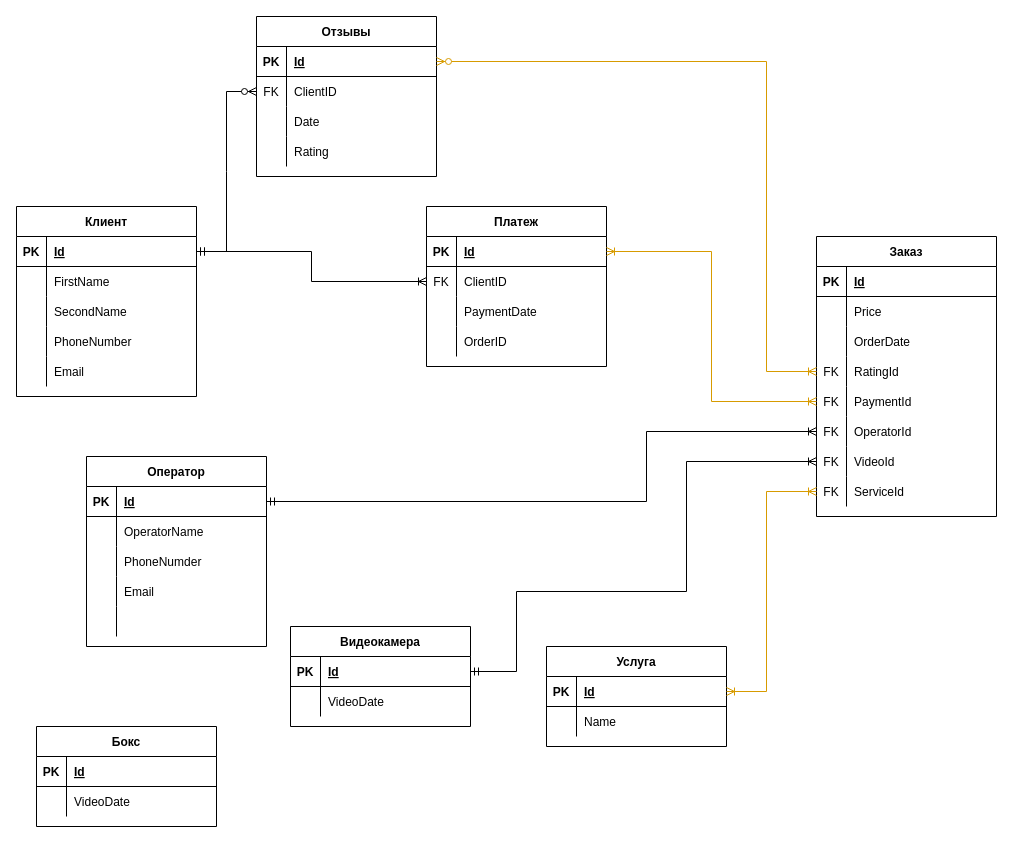
Before: page "ERD" (3 of 4) of Diagram_1.drawio in vitaliyepikhin/Automated-Car-Wash, a draw.io diagram. Source tidied: cells renumbered, new cells numbered last; positions are measured from the earlier drawing's top-left corner, leaving out a move shared by most shapes. Both pictures are drawn from the tidied source at 100%, with x=0, y=0 at pixel (16, 16).
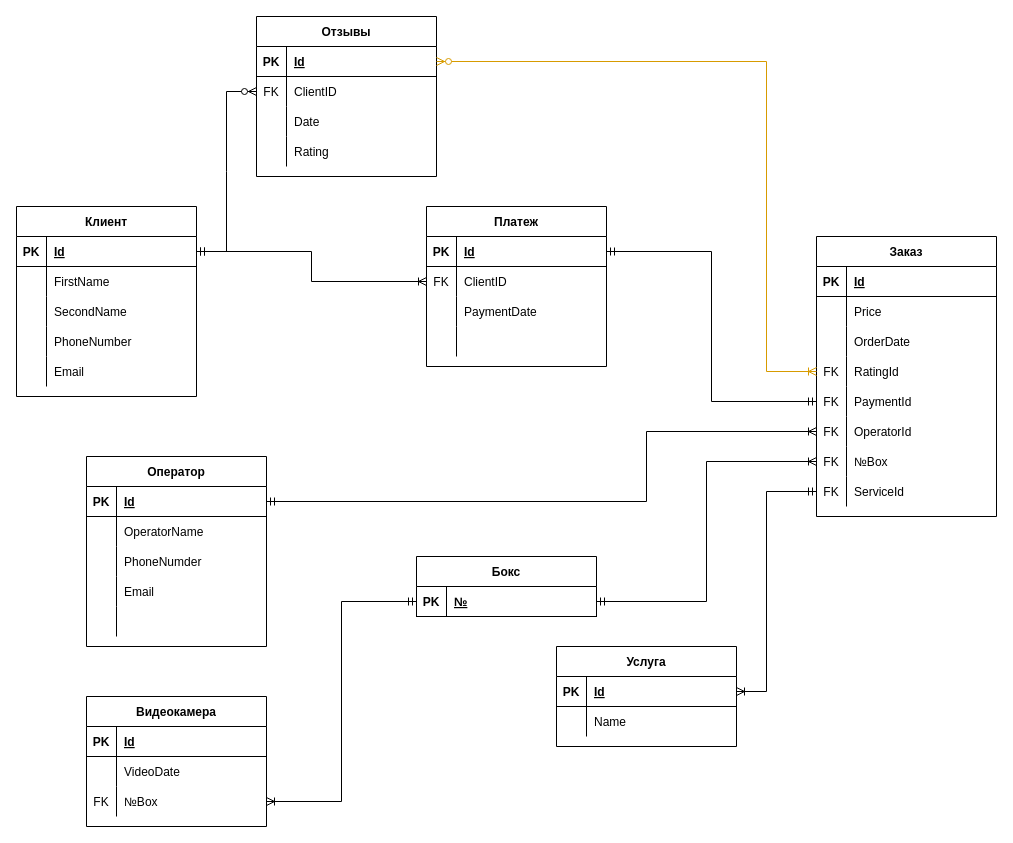
After the change.

Unchanged cells that the change refers to:
```xml
<mxCell id="19" style="shape=partialRectangle;fillColor=none;top=0;left=0;bottom=1;right=0;points=[[0,0.5],[1,0.5]];portConstraint=eastwest;" parent="18" vertex="1">
  <mxGeometry y="30" width="180" height="30" as="geometry" />
</mxCell>
<mxCell id="28" style="shape=partialRectangle;fillColor=none;top=0;left=0;bottom=0;right=0;" parent="18" vertex="1">
  <mxGeometry y="120" width="180" height="30" as="geometry" />
</mxCell>
<mxCell id="60" style="shape=partialRectangle;fillColor=none;top=0;left=0;bottom=0;right=0;points=[[0,0.5],[1,0.5]];portConstraint=eastwest;" parent="47" vertex="1">
  <mxGeometry y="150" width="180" height="30" as="geometry" />
</mxCell>
<mxCell id="66" style="shape=partialRectangle;fillColor=none;top=0;left=0;bottom=0;right=0;points=[[0,0.5],[1,0.5]];portConstraint=eastwest;" parent="47" vertex="1">
  <mxGeometry y="210" width="180" height="30" as="geometry" />
</mxCell>
<mxCell id="69" style="shape=partialRectangle;fillColor=none;top=0;left=0;bottom=0;right=0;points=[[0,0.5],[1,0.5]];portConstraint=eastwest;" parent="47" vertex="1">
  <mxGeometry y="240" width="180" height="30" as="geometry" />
</mxCell>
<mxCell id="73" style="shape=partialRectangle;fillColor=none;top=0;left=0;bottom=1;right=0;points=[[0,0.5],[1,0.5]];portConstraint=eastwest;" parent="72" vertex="1">
  <mxGeometry y="30" width="180" height="30" as="geometry" />
</mxCell>
<mxCell id="80" style="shape=partialRectangle;fillColor=none;top=0;left=0;bottom=1;right=0;points=[[0,0.5],[1,0.5]];portConstraint=eastwest;" parent="79" vertex="1">
  <mxGeometry y="30" width="180" height="30" as="geometry" />
</mxCell>
<mxCell id="107" style="shape=partialRectangle;fillColor=none;top=0;left=0;bottom=1;right=0;points=[[0,0.5],[1,0.5]];portConstraint=eastwest;" parent="106" vertex="1">
  <mxGeometry y="30" width="180" height="30" as="geometry" />
</mxCell>
```

Diff of the diagram source:
```diff
@@
-    <mxCell id="30" value="OrderID" style="shape=partialRectangle;fillColor=none;top=0;left=0;bottom=0;right=0;align=left;spacingLeft=6;overflow=hidden;" parent="28" vertex="1">
+    <mxCell id="30" style="shape=partialRectangle;fillColor=none;top=0;left=0;bottom=0;right=0;align=left;spacingLeft=6;overflow=hidden;" parent="28" vertex="1">
       <mxGeometry x="30" width="150" height="30" as="geometry" />
     </mxCell>
@@
-    <mxCell id="68" value="VideoId" style="shape=partialRectangle;fillColor=none;top=0;left=0;bottom=0;right=0;align=left;spacingLeft=6;overflow=hidden;" parent="66" vertex="1">
+    <mxCell id="68" value="№Box" style="shape=partialRectangle;fillColor=none;top=0;left=0;bottom=0;right=0;align=left;spacingLeft=6;overflow=hidden;" parent="66" vertex="1">
       <mxGeometry x="30" width="150" height="30" as="geometry" />
     </mxCell>
@@
     <mxCell id="72" value="Услуга" style="shape=table;startSize=30;childLayout=tableLayout;rowLines=0;fontStyle=1;align=center;" parent="1" vertex="1">
-      <mxGeometry x="530" y="630" width="180" height="100" as="geometry" />
+      <mxGeometry x="540" y="630" width="180" height="100" as="geometry" />
     </mxCell>
@@
     <mxCell id="79" value="Видеокамера" style="shape=table;startSize=30;childLayout=tableLayout;rowLines=0;fontStyle=1;align=center;" parent="1" vertex="1">
-      <mxGeometry x="274" y="610" width="180" height="100" as="geometry" />
+      <mxGeometry x="70" y="680" width="180" height="130" as="geometry" />
     </mxCell>
@@
+    <mxCell id="113" style="shape=partialRectangle;fillColor=none;top=0;left=0;bottom=0;right=0;points=[[0,0.5],[1,0.5]];portConstraint=eastwest;" parent="79" vertex="1">
+      <mxGeometry y="90" width="180" height="30" as="geometry" />
+    </mxCell>
+    <mxCell id="114" value="FK" style="shape=partialRectangle;fillColor=none;top=0;left=0;bottom=0;right=0;overflow=hidden;" parent="113" vertex="1">
+      <mxGeometry width="30" height="30" as="geometry" />
+    </mxCell>
+    <mxCell id="115" value="№Box" style="shape=partialRectangle;fillColor=none;top=0;left=0;bottom=0;right=0;align=left;spacingLeft=6;overflow=hidden;" parent="113" vertex="1">
+      <mxGeometry x="30" width="150" height="30" as="geometry" />
+    </mxCell>
@@
-    <mxCell id="88" style="edgeStyle=orthogonalEdgeStyle;fontSize=12;html=1;endArrow=ERoneToMany;startArrow=ERmandOne;rounded=0;entryX=0;entryY=0.5;entryDx=0;entryDy=0;exitX=1;exitY=0.5;exitDx=0;exitDy=0;" parent="1" edge="1" source="80" target="66">
-      <mxGeometry relative="1" as="geometry">
-        <Array as="points">
-          <mxPoint x="500" y="655" />
-          <mxPoint x="500" y="575" />
-          <mxPoint x="670" y="575" />
-          <mxPoint x="670" y="445" />
-        </Array>
-      </mxGeometry>
-    </mxCell>
-    <mxCell id="89" style="edgeStyle=orthogonalEdgeStyle;fontSize=12;html=1;endArrow=ERoneToMany;startArrow=ERoneToMany;rounded=0;entryX=0;entryY=0.5;entryDx=0;entryDy=0;exitX=1;exitY=0.5;exitDx=0;exitDy=0;fillColor=#ffe6cc;strokeColor=#d79b00;" parent="1" edge="1" source="19" target="60">
+    <mxCell id="89" style="edgeStyle=orthogonalEdgeStyle;fontSize=12;html=1;endArrow=ERmandOne;startArrow=ERmandOne;rounded=0;entryX=0;entryY=0.5;entryDx=0;entryDy=0;exitX=1;exitY=0.5;exitDx=0;exitDy=0;fillColor=#ffe6cc;strokeColor=#000000;startFill=0;endFill=0;" parent="1" edge="1" source="19" target="60">
       <mxGeometry relative="1" as="geometry" />
     </mxCell>
-    <mxCell id="90" style="edgeStyle=orthogonalEdgeStyle;fontSize=12;html=1;endArrow=ERoneToMany;startArrow=ERoneToMany;rounded=0;exitX=1;exitY=0.5;exitDx=0;exitDy=0;entryX=0;entryY=0.5;entryDx=0;entryDy=0;fillColor=#ffe6cc;strokeColor=#d79b00;" parent="1" edge="1" source="73" target="69">
+    <mxCell id="90" style="edgeStyle=orthogonalEdgeStyle;fontSize=12;html=1;endArrow=ERmandOne;startArrow=ERoneToMany;rounded=0;exitX=1;exitY=0.5;exitDx=0;exitDy=0;entryX=0;entryY=0.5;entryDx=0;entryDy=0;fillColor=#ffe6cc;strokeColor=#000000;endFill=0;" parent="1" edge="1" source="73" target="69">
       <mxGeometry relative="1" as="geometry">
         <Array as="points">
           <mxPoint x="750" y="675" />
           <mxPoint x="750" y="475" />
         </Array>
       </mxGeometry>
     </mxCell>
@@
     <mxCell id="106" value="Бокс" style="shape=table;startSize=30;childLayout=tableLayout;rowLines=0;fontStyle=1;align=center;" parent="1" vertex="1">
-      <mxGeometry x="20" y="710" width="180" height="100" as="geometry" />
+      <mxGeometry x="400" y="540" width="180" height="60" as="geometry" />
     </mxCell>
@@
-    <mxCell id="109" value="Id" style="shape=partialRectangle;fillColor=none;top=0;left=0;bottom=0;right=0;align=left;spacingLeft=6;fontStyle=5;overflow=hidden;" parent="107" vertex="1">
+    <mxCell id="109" value="№" style="shape=partialRectangle;fillColor=none;top=0;left=0;bottom=0;right=0;align=left;spacingLeft=6;fontStyle=5;overflow=hidden;" parent="107" vertex="1">
       <mxGeometry x="30" width="150" height="30" as="geometry" />
     </mxCell>
-    <mxCell id="110" style="shape=partialRectangle;fillColor=none;top=0;left=0;bottom=0;right=0;" parent="106" vertex="1">
-      <mxGeometry y="60" width="180" height="30" as="geometry" />
-    </mxCell>
-    <mxCell id="111" style="shape=partialRectangle;fillColor=none;top=0;left=0;bottom=0;right=0;overflow=hidden;" parent="110" vertex="1">
-      <mxGeometry width="30" height="30" as="geometry" />
-    </mxCell>
-    <mxCell id="112" value="VideoDate" style="shape=partialRectangle;fillColor=none;top=0;left=0;bottom=0;right=0;align=left;spacingLeft=6;overflow=hidden;" parent="110" vertex="1">
-      <mxGeometry x="30" width="150" height="30" as="geometry" />
-    </mxCell>
+    <mxCell id="116" style="edgeStyle=orthogonalEdgeStyle;rounded=0;jettySize=auto;html=1;entryX=0;entryY=0.5;entryDx=0;entryDy=0;startArrow=ERmandOne;startFill=0;endArrow=ERoneToMany;endFill=0;strokeColor=#000000;" parent="1" edge="1" source="107" target="66">
+      <mxGeometry relative="1" as="geometry" />
+    </mxCell>
+    <mxCell id="117" style="edgeStyle=orthogonalEdgeStyle;rounded=0;jettySize=auto;html=1;entryX=0;entryY=0.5;entryDx=0;entryDy=0;startArrow=ERoneToMany;startFill=0;endArrow=ERmandOne;endFill=0;strokeColor=#000000;" parent="1" edge="1" source="113" target="107">
+      <mxGeometry relative="1" as="geometry" />
+    </mxCell>
```
